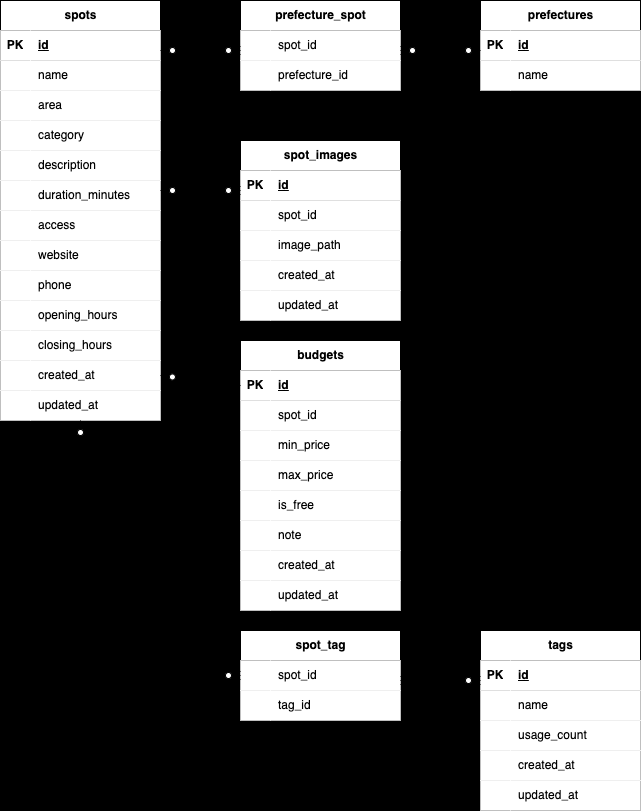
This is .drawio.png from Koharu5810/shiorip, a draw.io export, as it was before one commit. Source tidied: cells renumbered, new cells last; positions are measured from the earlier drawing's top-left corner, leaving out a move shared by most shapes.
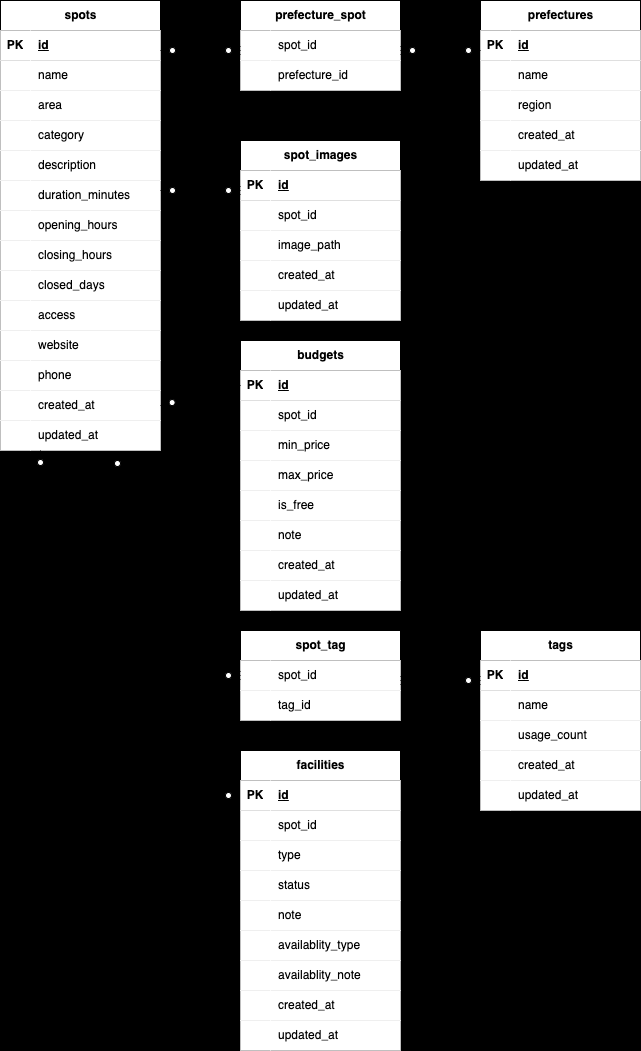
Later version of the same file.

The edit, as a diff of the source:
```diff
@@ -3,7 +3,7 @@
     <mxCell id="0" />
     <mxCell id="1" parent="0" />
     <mxCell id="2" value="spots" style="shape=table;startSize=30;rowLines=0;fontStyle=1;align=center;html=1;" parent="1" vertex="1">
-      <mxGeometry width="160" height="420" as="geometry" />
+      <mxGeometry width="160" height="450" as="geometry" />
     </mxCell>
     <mxCell id="3" style="shape=tableRow;horizontal=0;startSize=0;swimlaneHead=0;swimlaneBody=0;top=0;left=0;right=0;bottom=1;" parent="2" vertex="1">
       <mxGeometry y="30" width="160" height="30" as="geometry" />
@@ -59,8 +59,35 @@
     <mxCell id="20" value="&lt;span style=&quot;color: rgb(0, 0, 0);&quot;&gt;duration_minutes&lt;/span&gt;" style="shape=partialRectangle;top=0;left=0;bottom=0;right=0;align=left;spacingLeft=6;overflow=hidden;whiteSpace=wrap;html=1;" parent="18" vertex="1">
       <mxGeometry x="30" width="130" height="30" as="geometry" />
     </mxCell>
+    <mxCell id="127" style="shape=tableRow;horizontal=0;startSize=0;swimlaneHead=0;swimlaneBody=0;top=0;left=0;right=0;bottom=0;" parent="2" vertex="1">
+      <mxGeometry y="210" width="160" height="30" as="geometry" />
+    </mxCell>
+    <mxCell id="128" style="shape=partialRectangle;top=0;left=0;bottom=0;right=0;overflow=hidden;whiteSpace=wrap;html=1;" parent="127" vertex="1">
+      <mxGeometry width="30" height="30" as="geometry" />
+    </mxCell>
+    <mxCell id="32" value="&lt;span style=&quot;color: rgb(0, 0, 0);&quot;&gt;opening_hours&lt;/span&gt;" style="shape=partialRectangle;top=0;left=0;bottom=0;right=0;align=left;spacingLeft=6;overflow=hidden;whiteSpace=wrap;html=1;" parent="127" vertex="1">
+      <mxGeometry x="30" width="130" height="30" as="geometry" />
+    </mxCell>
+    <mxCell id="129" style="shape=tableRow;horizontal=0;startSize=0;swimlaneHead=0;swimlaneBody=0;top=0;left=0;right=0;bottom=0;" parent="2" vertex="1">
+      <mxGeometry y="240" width="160" height="30" as="geometry" />
+    </mxCell>
+    <mxCell id="130" style="shape=partialRectangle;top=0;left=0;bottom=0;right=0;overflow=hidden;whiteSpace=wrap;html=1;" parent="129" vertex="1">
+      <mxGeometry width="30" height="30" as="geometry" />
+    </mxCell>
+    <mxCell id="35" value="&lt;span style=&quot;color: rgb(0, 0, 0);&quot;&gt;closing_hours&lt;/span&gt;" style="shape=partialRectangle;top=0;left=0;bottom=0;right=0;align=left;spacingLeft=6;overflow=hidden;whiteSpace=wrap;html=1;" parent="129" vertex="1">
+      <mxGeometry x="30" width="130" height="30" as="geometry" />
+    </mxCell>
+    <mxCell id="131" style="shape=tableRow;horizontal=0;startSize=0;swimlaneHead=0;swimlaneBody=0;top=0;left=0;right=0;bottom=0;" parent="2" vertex="1">
+      <mxGeometry y="270" width="160" height="30" as="geometry" />
+    </mxCell>
+    <mxCell id="132" style="shape=partialRectangle;top=0;left=0;bottom=0;right=0;overflow=hidden;whiteSpace=wrap;html=1;" parent="131" vertex="1">
+      <mxGeometry width="30" height="30" as="geometry" />
+    </mxCell>
+    <mxCell id="133" value="closed_days" style="shape=partialRectangle;top=0;left=0;bottom=0;right=0;align=left;spacingLeft=6;overflow=hidden;whiteSpace=wrap;html=1;" parent="131" vertex="1">
+      <mxGeometry x="30" width="130" height="30" as="geometry" />
+    </mxCell>
     <mxCell id="21" style="shape=tableRow;horizontal=0;startSize=0;swimlaneHead=0;swimlaneBody=0;top=0;left=0;right=0;bottom=0;" parent="2" vertex="1">
-      <mxGeometry y="210" width="160" height="30" as="geometry" />
+      <mxGeometry y="300" width="160" height="30" as="geometry" />
     </mxCell>
     <mxCell id="22" style="shape=partialRectangle;top=0;left=0;bottom=0;right=0;overflow=hidden;whiteSpace=wrap;html=1;" parent="21" vertex="1">
       <mxGeometry width="30" height="30" as="geometry" />
@@ -69,7 +96,7 @@
       <mxGeometry x="30" width="130" height="30" as="geometry" />
     </mxCell>
     <mxCell id="24" style="shape=tableRow;horizontal=0;startSize=0;swimlaneHead=0;swimlaneBody=0;top=0;left=0;right=0;bottom=0;" parent="2" vertex="1">
-      <mxGeometry y="240" width="160" height="30" as="geometry" />
+      <mxGeometry y="330" width="160" height="30" as="geometry" />
     </mxCell>
     <mxCell id="25" style="shape=partialRectangle;top=0;left=0;bottom=0;right=0;overflow=hidden;whiteSpace=wrap;html=1;" parent="24" vertex="1">
       <mxGeometry width="30" height="30" as="geometry" />
@@ -78,7 +105,7 @@
       <mxGeometry x="30" width="130" height="30" as="geometry" />
     </mxCell>
     <mxCell id="27" style="shape=tableRow;horizontal=0;startSize=0;swimlaneHead=0;swimlaneBody=0;top=0;left=0;right=0;bottom=0;" parent="2" vertex="1">
-      <mxGeometry y="270" width="160" height="30" as="geometry" />
+      <mxGeometry y="360" width="160" height="30" as="geometry" />
     </mxCell>
     <mxCell id="28" style="shape=partialRectangle;top=0;left=0;bottom=0;right=0;overflow=hidden;whiteSpace=wrap;html=1;" parent="27" vertex="1">
       <mxGeometry width="30" height="30" as="geometry" />
@@ -86,26 +113,8 @@
     <mxCell id="29" value="phone" style="shape=partialRectangle;top=0;left=0;bottom=0;right=0;align=left;spacingLeft=6;overflow=hidden;whiteSpace=wrap;html=1;" parent="27" vertex="1">
       <mxGeometry x="30" width="130" height="30" as="geometry" />
     </mxCell>
-    <mxCell id="30" style="shape=tableRow;horizontal=0;startSize=0;swimlaneHead=0;swimlaneBody=0;top=0;left=0;right=0;bottom=0;" parent="2" vertex="1">
-      <mxGeometry y="300" width="160" height="30" as="geometry" />
-    </mxCell>
-    <mxCell id="31" style="shape=partialRectangle;top=0;left=0;bottom=0;right=0;overflow=hidden;whiteSpace=wrap;html=1;" parent="30" vertex="1">
-      <mxGeometry width="30" height="30" as="geometry" />
-    </mxCell>
-    <mxCell id="32" value="opening_hours" style="shape=partialRectangle;top=0;left=0;bottom=0;right=0;align=left;spacingLeft=6;overflow=hidden;whiteSpace=wrap;html=1;" parent="30" vertex="1">
-      <mxGeometry x="30" width="130" height="30" as="geometry" />
-    </mxCell>
-    <mxCell id="33" style="shape=tableRow;horizontal=0;startSize=0;swimlaneHead=0;swimlaneBody=0;top=0;left=0;right=0;bottom=0;" parent="2" vertex="1">
-      <mxGeometry y="330" width="160" height="30" as="geometry" />
-    </mxCell>
-    <mxCell id="34" style="shape=partialRectangle;top=0;left=0;bottom=0;right=0;overflow=hidden;whiteSpace=wrap;html=1;" parent="33" vertex="1">
-      <mxGeometry width="30" height="30" as="geometry" />
-    </mxCell>
-    <mxCell id="35" value="closing_hours" style="shape=partialRectangle;top=0;left=0;bottom=0;right=0;align=left;spacingLeft=6;overflow=hidden;whiteSpace=wrap;html=1;" parent="33" vertex="1">
-      <mxGeometry x="30" width="130" height="30" as="geometry" />
-    </mxCell>
     <mxCell id="36" style="shape=tableRow;horizontal=0;startSize=0;swimlaneHead=0;swimlaneBody=0;points=[[0,0.5],[1,0.5]];portConstraint=eastwest;top=0;left=0;right=0;bottom=0;" parent="2" vertex="1">
-      <mxGeometry y="360" width="160" height="30" as="geometry" />
+      <mxGeometry y="390" width="160" height="30" as="geometry" />
     </mxCell>
     <mxCell id="37" style="shape=partialRectangle;top=0;left=0;bottom=0;right=0;overflow=hidden;whiteSpace=wrap;html=1;" parent="36" vertex="1">
       <mxGeometry width="30" height="30" as="geometry" />
@@ -114,7 +123,7 @@
       <mxGeometry x="30" width="130" height="30" as="geometry" />
     </mxCell>
     <mxCell id="39" style="shape=tableRow;horizontal=0;startSize=0;swimlaneHead=0;swimlaneBody=0;points=[[0,0.5],[1,0.5]];portConstraint=eastwest;top=0;left=0;right=0;bottom=0;" parent="2" vertex="1">
-      <mxGeometry y="390" width="160" height="30" as="geometry" />
+      <mxGeometry y="420" width="160" height="30" as="geometry" />
     </mxCell>
     <mxCell id="40" style="shape=partialRectangle;top=0;left=0;bottom=0;right=0;overflow=hidden;whiteSpace=wrap;html=1;" parent="39" vertex="1">
       <mxGeometry width="30" height="30" as="geometry" />
@@ -123,7 +132,7 @@
       <mxGeometry x="30" width="130" height="30" as="geometry" />
     </mxCell>
     <mxCell id="42" value="prefectures" style="shape=table;startSize=30;rowLines=0;fontStyle=1;align=center;html=1;" parent="1" vertex="1">
-      <mxGeometry x="480" width="160" height="90" as="geometry" />
+      <mxGeometry x="480" width="160" height="180" as="geometry" />
     </mxCell>
     <mxCell id="43" style="shape=tableRow;horizontal=0;startSize=0;swimlaneHead=0;swimlaneBody=0;top=0;left=0;right=0;bottom=1;" parent="42" vertex="1">
       <mxGeometry y="30" width="160" height="30" as="geometry" />
@@ -143,6 +152,33 @@
     <mxCell id="48" value="name" style="shape=partialRectangle;top=0;left=0;bottom=0;right=0;align=left;spacingLeft=6;overflow=hidden;whiteSpace=wrap;html=1;" parent="46" vertex="1">
       <mxGeometry x="30" width="130" height="30" as="geometry" />
     </mxCell>
+    <mxCell id="134" style="shape=tableRow;horizontal=0;startSize=0;swimlaneHead=0;swimlaneBody=0;top=0;left=0;right=0;bottom=0;" parent="42" vertex="1">
+      <mxGeometry y="90" width="160" height="30" as="geometry" />
+    </mxCell>
+    <mxCell id="135" style="shape=partialRectangle;top=0;left=0;bottom=0;right=0;overflow=hidden;whiteSpace=wrap;html=1;" parent="134" vertex="1">
+      <mxGeometry width="30" height="30" as="geometry" />
+    </mxCell>
+    <mxCell id="136" value="region" style="shape=partialRectangle;top=0;left=0;bottom=0;right=0;align=left;spacingLeft=6;overflow=hidden;whiteSpace=wrap;html=1;" parent="134" vertex="1">
+      <mxGeometry x="30" width="130" height="30" as="geometry" />
+    </mxCell>
+    <mxCell id="137" style="shape=tableRow;horizontal=0;startSize=0;swimlaneHead=0;swimlaneBody=0;top=0;left=0;right=0;bottom=0;" parent="42" vertex="1">
+      <mxGeometry y="120" width="160" height="30" as="geometry" />
+    </mxCell>
+    <mxCell id="138" style="shape=partialRectangle;top=0;left=0;bottom=0;right=0;overflow=hidden;whiteSpace=wrap;html=1;" parent="137" vertex="1">
+      <mxGeometry width="30" height="30" as="geometry" />
+    </mxCell>
+    <mxCell id="139" value="&lt;span style=&quot;color: rgb(0, 0, 0);&quot;&gt;created_at&lt;/span&gt;" style="shape=partialRectangle;top=0;left=0;bottom=0;right=0;align=left;spacingLeft=6;overflow=hidden;whiteSpace=wrap;html=1;" parent="137" vertex="1">
+      <mxGeometry x="30" width="130" height="30" as="geometry" />
+    </mxCell>
+    <mxCell id="140" style="shape=tableRow;horizontal=0;startSize=0;swimlaneHead=0;swimlaneBody=0;top=0;left=0;right=0;bottom=0;" parent="42" vertex="1">
+      <mxGeometry y="150" width="160" height="30" as="geometry" />
+    </mxCell>
+    <mxCell id="141" style="shape=partialRectangle;top=0;left=0;bottom=0;right=0;overflow=hidden;whiteSpace=wrap;html=1;" parent="140" vertex="1">
+      <mxGeometry width="30" height="30" as="geometry" />
+    </mxCell>
+    <mxCell id="142" value="&lt;span style=&quot;color: rgb(0, 0, 0);&quot;&gt;updated_at&lt;/span&gt;" style="shape=partialRectangle;top=0;left=0;bottom=0;right=0;align=left;spacingLeft=6;overflow=hidden;whiteSpace=wrap;html=1;" parent="140" vertex="1">
+      <mxGeometry x="30" width="130" height="30" as="geometry" />
+    </mxCell>
     <mxCell id="49" style="edgeStyle=none;html=1;exitX=0.75;exitY=0;exitDx=0;exitDy=0;" parent="1" edge="1" source="50">
       <mxGeometry relative="1" as="geometry">
         <mxPoint x="375" y="160" as="targetPoint" />
@@ -382,10 +418,10 @@
         <mxPoint x="400" y="50" as="targetPoint" />
       </mxGeometry>
     </mxCell>
-    <mxCell id="125" style="fontSize=12;html=1;endArrow=ERzeroToMany;startArrow=ERzeroToOne;entryX=0;entryY=0.5;entryDx=0;entryDy=0;exitX=0.5;exitY=1;exitDx=0;exitDy=0;" parent="1" edge="1" source="2" target="90">
+    <mxCell id="125" style="fontSize=12;html=1;endArrow=ERzeroToMany;startArrow=ERzeroToOne;entryX=0;entryY=0.5;entryDx=0;entryDy=0;exitX=0.731;exitY=1.033;exitDx=0;exitDy=0;exitPerimeter=0;" parent="1" edge="1" source="39" target="90">
       <mxGeometry relative="1" as="geometry">
         <Array as="points">
-          <mxPoint x="80" y="675" />
+          <mxPoint x="117" y="675" />
         </Array>
       </mxGeometry>
     </mxCell>
@@ -395,5 +431,96 @@
         <mxPoint x="480" y="680" as="targetPoint" />
       </mxGeometry>
     </mxCell>
+    <mxCell id="143" style="fontSize=12;html=1;endArrow=ERzeroToMany;startArrow=ERzeroToOne;exitX=0.25;exitY=1;exitDx=0;exitDy=0;entryX=0;entryY=0.5;entryDx=0;entryDy=0;" parent="1" edge="1" source="2" target="145">
+      <mxGeometry relative="1" as="geometry">
+        <Array as="points">
+          <mxPoint x="40" y="795" />
+        </Array>
+      </mxGeometry>
+    </mxCell>
+    <mxCell id="144" value="facilities" style="shape=table;startSize=30;rowLines=0;fontStyle=1;align=center;html=1;" parent="1" vertex="1">
+      <mxGeometry x="240" y="750" width="160" height="300" as="geometry" />
+    </mxCell>
+    <mxCell id="145" style="shape=tableRow;horizontal=0;startSize=0;swimlaneHead=0;swimlaneBody=0;points=[[0,0.5],[1,0.5]];portConstraint=eastwest;top=0;left=0;right=0;bottom=1;" parent="144" vertex="1">
+      <mxGeometry y="30" width="160" height="30" as="geometry" />
+    </mxCell>
+    <mxCell id="146" value="PK" style="shape=partialRectangle;top=0;left=0;bottom=0;right=0;fontStyle=1;overflow=hidden;whiteSpace=wrap;html=1;" parent="145" vertex="1">
+      <mxGeometry width="30" height="30" as="geometry" />
+    </mxCell>
+    <mxCell id="147" value="id" style="shape=partialRectangle;top=0;left=0;bottom=0;right=0;align=left;spacingLeft=6;fontStyle=5;overflow=hidden;whiteSpace=wrap;html=1;" parent="145" vertex="1">
+      <mxGeometry x="30" width="130" height="30" as="geometry" />
+    </mxCell>
+    <mxCell id="148" style="shape=tableRow;horizontal=0;startSize=0;swimlaneHead=0;swimlaneBody=0;top=0;left=0;right=0;bottom=0;" parent="144" vertex="1">
+      <mxGeometry y="60" width="160" height="30" as="geometry" />
+    </mxCell>
+    <mxCell id="149" style="shape=partialRectangle;top=0;left=0;bottom=0;right=0;overflow=hidden;whiteSpace=wrap;html=1;" parent="148" vertex="1">
+      <mxGeometry width="30" height="30" as="geometry" />
+    </mxCell>
+    <mxCell id="150" value="spot_id" style="shape=partialRectangle;top=0;left=0;bottom=0;right=0;align=left;spacingLeft=6;overflow=hidden;whiteSpace=wrap;html=1;" parent="148" vertex="1">
+      <mxGeometry x="30" width="130" height="30" as="geometry" />
+    </mxCell>
+    <mxCell id="151" style="shape=tableRow;horizontal=0;startSize=0;swimlaneHead=0;swimlaneBody=0;top=0;left=0;right=0;bottom=0;" parent="144" vertex="1">
+      <mxGeometry y="90" width="160" height="30" as="geometry" />
+    </mxCell>
+    <mxCell id="152" style="shape=partialRectangle;top=0;left=0;bottom=0;right=0;overflow=hidden;whiteSpace=wrap;html=1;" parent="151" vertex="1">
+      <mxGeometry width="30" height="30" as="geometry" />
+    </mxCell>
+    <mxCell id="153" value="type" style="shape=partialRectangle;top=0;left=0;bottom=0;right=0;align=left;spacingLeft=6;overflow=hidden;whiteSpace=wrap;html=1;" parent="151" vertex="1">
+      <mxGeometry x="30" width="130" height="30" as="geometry" />
+    </mxCell>
+    <mxCell id="154" style="shape=tableRow;horizontal=0;startSize=0;swimlaneHead=0;swimlaneBody=0;top=0;left=0;right=0;bottom=0;" parent="144" vertex="1">
+      <mxGeometry y="120" width="160" height="30" as="geometry" />
+    </mxCell>
+    <mxCell id="155" style="shape=partialRectangle;top=0;left=0;bottom=0;right=0;overflow=hidden;whiteSpace=wrap;html=1;" parent="154" vertex="1">
+      <mxGeometry width="30" height="30" as="geometry" />
+    </mxCell>
+    <mxCell id="156" value="status" style="shape=partialRectangle;top=0;left=0;bottom=0;right=0;align=left;spacingLeft=6;overflow=hidden;whiteSpace=wrap;html=1;" parent="154" vertex="1">
+      <mxGeometry x="30" width="130" height="30" as="geometry" />
+    </mxCell>
+    <mxCell id="157" style="shape=tableRow;horizontal=0;startSize=0;swimlaneHead=0;swimlaneBody=0;top=0;left=0;right=0;bottom=0;" parent="144" vertex="1">
+      <mxGeometry y="150" width="160" height="30" as="geometry" />
+    </mxCell>
+    <mxCell id="158" style="shape=partialRectangle;top=0;left=0;bottom=0;right=0;overflow=hidden;whiteSpace=wrap;html=1;" parent="157" vertex="1">
+      <mxGeometry width="30" height="30" as="geometry" />
+    </mxCell>
+    <mxCell id="159" value="note" style="shape=partialRectangle;top=0;left=0;bottom=0;right=0;align=left;spacingLeft=6;overflow=hidden;whiteSpace=wrap;html=1;" parent="157" vertex="1">
+      <mxGeometry x="30" width="130" height="30" as="geometry" />
+    </mxCell>
+    <mxCell id="160" style="shape=tableRow;horizontal=0;startSize=0;swimlaneHead=0;swimlaneBody=0;top=0;left=0;right=0;bottom=0;" parent="144" vertex="1">
+      <mxGeometry y="180" width="160" height="30" as="geometry" />
+    </mxCell>
+    <mxCell id="161" style="shape=partialRectangle;top=0;left=0;bottom=0;right=0;overflow=hidden;whiteSpace=wrap;html=1;" parent="160" vertex="1">
+      <mxGeometry width="30" height="30" as="geometry" />
+    </mxCell>
+    <mxCell id="162" value="&lt;span style=&quot;color: rgb(0, 0, 0);&quot;&gt;availablity_type&lt;/span&gt;" style="shape=partialRectangle;top=0;left=0;bottom=0;right=0;align=left;spacingLeft=6;overflow=hidden;whiteSpace=wrap;html=1;" parent="160" vertex="1">
+      <mxGeometry x="30" width="130" height="30" as="geometry" />
+    </mxCell>
+    <mxCell id="163" style="shape=tableRow;horizontal=0;startSize=0;swimlaneHead=0;swimlaneBody=0;top=0;left=0;right=0;bottom=0;" parent="144" vertex="1">
+      <mxGeometry y="210" width="160" height="30" as="geometry" />
+    </mxCell>
+    <mxCell id="164" style="shape=partialRectangle;top=0;left=0;bottom=0;right=0;overflow=hidden;whiteSpace=wrap;html=1;" parent="163" vertex="1">
+      <mxGeometry width="30" height="30" as="geometry" />
+    </mxCell>
+    <mxCell id="165" value="availablity_note" style="shape=partialRectangle;top=0;left=0;bottom=0;right=0;align=left;spacingLeft=6;overflow=hidden;whiteSpace=wrap;html=1;" parent="163" vertex="1">
+      <mxGeometry x="30" width="130" height="30" as="geometry" />
+    </mxCell>
+    <mxCell id="166" style="shape=tableRow;horizontal=0;startSize=0;swimlaneHead=0;swimlaneBody=0;top=0;left=0;right=0;bottom=0;" parent="144" vertex="1">
+      <mxGeometry y="240" width="160" height="30" as="geometry" />
+    </mxCell>
+    <mxCell id="167" style="shape=partialRectangle;top=0;left=0;bottom=0;right=0;overflow=hidden;whiteSpace=wrap;html=1;" parent="166" vertex="1">
+      <mxGeometry width="30" height="30" as="geometry" />
+    </mxCell>
+    <mxCell id="168" value="&lt;span style=&quot;color: rgb(0, 0, 0);&quot;&gt;created_at&lt;/span&gt;" style="shape=partialRectangle;top=0;left=0;bottom=0;right=0;align=left;spacingLeft=6;overflow=hidden;whiteSpace=wrap;html=1;" parent="166" vertex="1">
+      <mxGeometry x="30" width="130" height="30" as="geometry" />
+    </mxCell>
+    <mxCell id="169" style="shape=tableRow;horizontal=0;startSize=0;swimlaneHead=0;swimlaneBody=0;top=0;left=0;right=0;bottom=0;" parent="144" vertex="1">
+      <mxGeometry y="270" width="160" height="30" as="geometry" />
+    </mxCell>
+    <mxCell id="170" style="shape=partialRectangle;top=0;left=0;bottom=0;right=0;overflow=hidden;whiteSpace=wrap;html=1;" parent="169" vertex="1">
+      <mxGeometry width="30" height="30" as="geometry" />
+    </mxCell>
+    <mxCell id="171" value="&lt;span style=&quot;color: rgb(0, 0, 0);&quot;&gt;updated_at&lt;/span&gt;" style="shape=partialRectangle;top=0;left=0;bottom=0;right=0;align=left;spacingLeft=6;overflow=hidden;whiteSpace=wrap;html=1;" parent="169" vertex="1">
+      <mxGeometry x="30" width="130" height="30" as="geometry" />
+    </mxCell>
   </root>
 </mxGraphModel>
```
